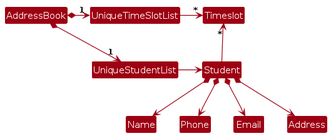
This is diagrams/BetterModelClassDiagram.png from AY2324S2-CS2103-F08-4/tp, a PlantUML export, as it was before one commit. Its source is kept beside it as diagrams/BetterModelClassDiagram.puml.
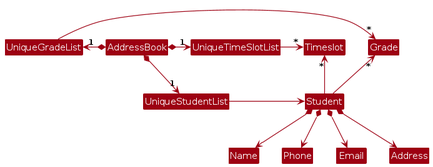
Later version of the same file.

Change to the diagram source:
```diff
@@ -6,13 +6,16 @@
 
 AddressBook *-right-> "1" UniqueStudentList
 AddressBook *-right-> "1" UniqueTimeSlotList
+AddressBook *-left-> "1" UniqueGradeList
 UniqueTimeSlotList -[hidden]down- UniqueStudentList
-UniqueTimeSlotList -[hidden]down- UniqueStudentList
+UniqueGradeList -[hidden]down- UniqueStudentList
 
 UniqueTimeSlotList -right-> "*" Timeslot
+UniqueGradeList -right-> "*" Grade
 UniqueStudentList -right-> Student
 
 Student -up-> "*" Timeslot
+Student -up-> "*" Grade
 
 Student *--> Name
 Student *--> Phone
```
